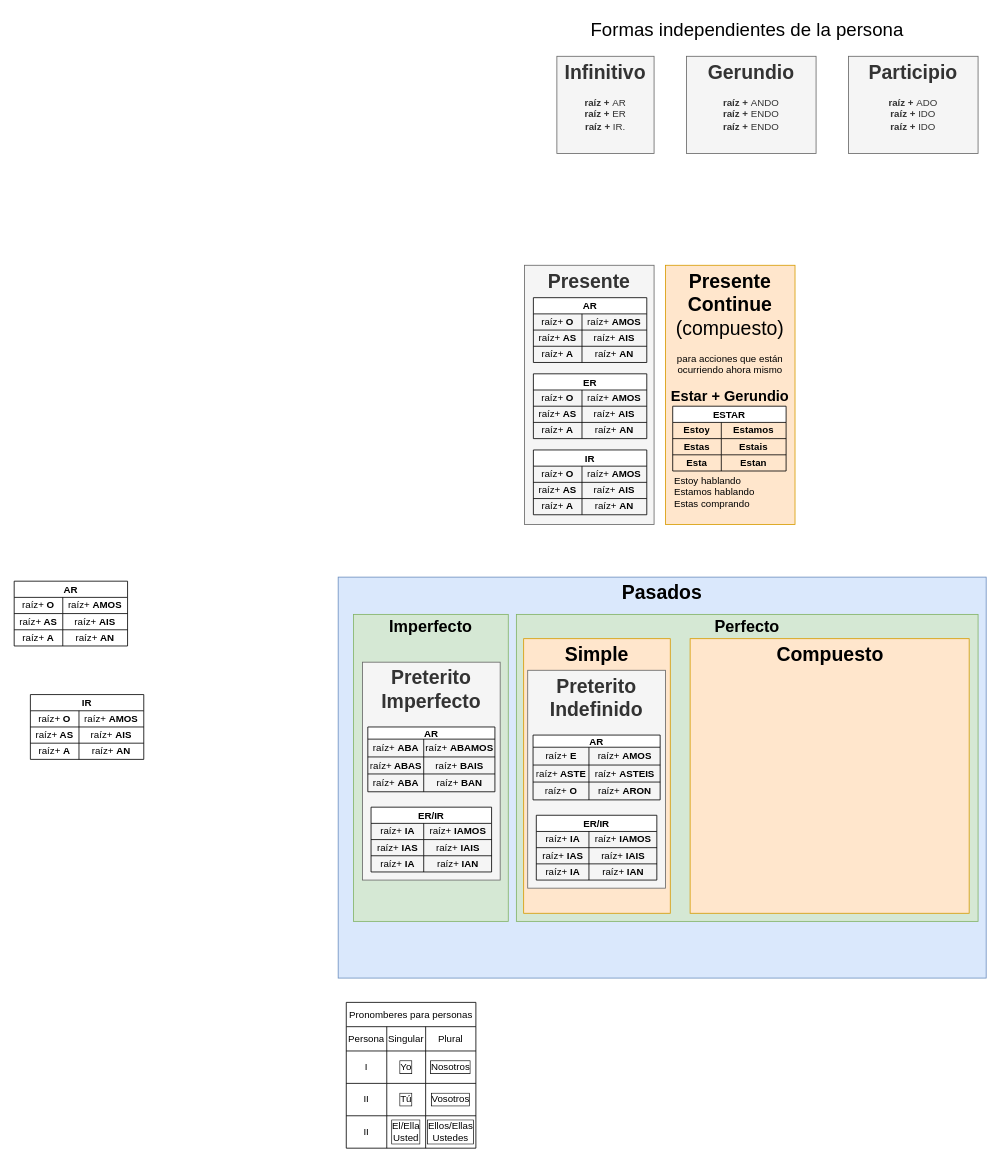
Earlier version of the draw.io diagram espverb.drawio (2zlodey/4drawio). Source tidied: cells renumbered, new cells numbered last; positions are measured from the earlier drawing's top-left corner, leaving out a move shared by most shapes. Both pictures are drawn from the tidied source at 81%, with x=0, y=0 at pixel (14, 14).
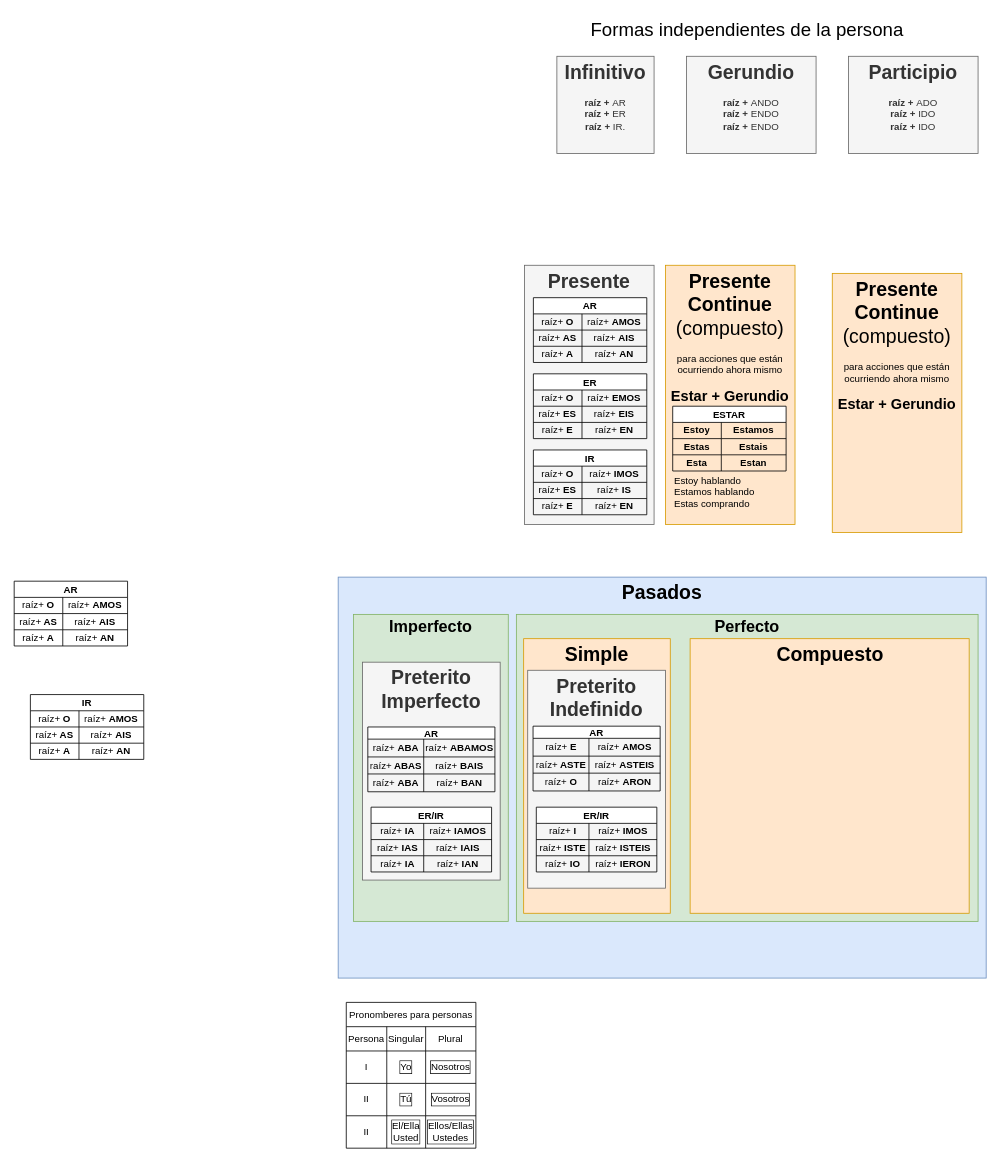
The same diagram, later.

Unchanged cells that the change refers to:
```xml
<mxCell id="36" style="shape=tableRow;horizontal=0;startSize=0;swimlaneHead=0;swimlaneBody=0;strokeColor=inherit;top=0;left=0;bottom=0;right=0;fillColor=none;" parent="35" vertex="1">
  <mxGeometry y="20" width="140" height="20" as="geometry" />
</mxCell>
<mxCell id="39" style="shape=tableRow;horizontal=0;startSize=0;swimlaneHead=0;swimlaneBody=0;strokeColor=inherit;top=0;left=0;bottom=0;right=0;fillColor=none;" parent="35" vertex="1">
  <mxGeometry y="40" width="140" height="20" as="geometry" />
</mxCell>
<mxCell id="42" style="shape=tableRow;horizontal=0;startSize=0;swimlaneHead=0;swimlaneBody=0;strokeColor=inherit;top=0;left=0;bottom=0;right=0;fillColor=none;" parent="35" vertex="1">
  <mxGeometry y="60" width="140" height="20" as="geometry" />
</mxCell>
<mxCell id="46" style="shape=tableRow;horizontal=0;startSize=0;swimlaneHead=0;swimlaneBody=0;strokeColor=inherit;top=0;left=0;bottom=0;right=0;fillColor=none;" parent="45" vertex="1">
  <mxGeometry y="20" width="140" height="20" as="geometry" />
</mxCell>
<mxCell id="49" style="shape=tableRow;horizontal=0;startSize=0;swimlaneHead=0;swimlaneBody=0;strokeColor=inherit;top=0;left=0;bottom=0;right=0;fillColor=none;" parent="45" vertex="1">
  <mxGeometry y="40" width="140" height="20" as="geometry" />
</mxCell>
<mxCell id="52" style="shape=tableRow;horizontal=0;startSize=0;swimlaneHead=0;swimlaneBody=0;strokeColor=inherit;top=0;left=0;bottom=0;right=0;fillColor=none;" parent="45" vertex="1">
  <mxGeometry y="60" width="140" height="20" as="geometry" />
</mxCell>
<mxCell id="114" style="group;" parent="1" vertex="1">
  <mxGeometry x="634" y="810" width="170" height="269" as="geometry" />
</mxCell>
<mxCell id="127" style="shape=tableRow;horizontal=0;startSize=0;swimlaneHead=0;swimlaneBody=0;strokeColor=inherit;top=0;left=0;bottom=0;right=0;fillColor=none;" parent="126" vertex="1">
  <mxGeometry y="20" width="148.8" height="20" as="geometry" />
</mxCell>
<mxCell id="130" style="shape=tableRow;horizontal=0;startSize=0;swimlaneHead=0;swimlaneBody=0;strokeColor=inherit;top=0;left=0;bottom=0;right=0;fillColor=none;" parent="126" vertex="1">
  <mxGeometry y="40" width="148.8" height="20" as="geometry" />
</mxCell>
<mxCell id="133" style="shape=tableRow;horizontal=0;startSize=0;swimlaneHead=0;swimlaneBody=0;strokeColor=inherit;top=0;left=0;bottom=0;right=0;fillColor=none;" parent="126" vertex="1">
  <mxGeometry y="60" width="148.8" height="20" as="geometry" />
</mxCell>
```

The edit, as a diff of the source:
```diff
@@
-    <mxCell id="38" value="raíz+ &lt;b&gt;AMOS&lt;/b&gt;" style="shape=partialRectangle;html=1;whiteSpace=wrap;strokeColor=inherit;overflow=hidden;fillColor=none;top=0;left=0;bottom=0;right=0;" parent="36" vertex="1">
+    <mxCell id="38" value="raíz+ &lt;b&gt;EMOS&lt;/b&gt;" style="shape=partialRectangle;html=1;whiteSpace=wrap;strokeColor=inherit;overflow=hidden;fillColor=none;top=0;left=0;bottom=0;right=0;" parent="36" vertex="1">
       <mxGeometry x="60" width="80" height="20" as="geometry" />
     </mxCell>
@@
-    <mxCell id="40" value="raíz+&lt;b&gt; AS&lt;/b&gt;" style="shape=partialRectangle;html=1;whiteSpace=wrap;strokeColor=inherit;overflow=hidden;fillColor=none;top=0;left=0;bottom=0;right=0;" parent="39" vertex="1">
+    <mxCell id="40" value="raíz+&lt;b&gt; ES&lt;/b&gt;" style="shape=partialRectangle;html=1;whiteSpace=wrap;strokeColor=inherit;overflow=hidden;fillColor=none;top=0;left=0;bottom=0;right=0;" parent="39" vertex="1">
       <mxGeometry width="60" height="20" as="geometry" />
     </mxCell>
-    <mxCell id="41" value="raíz+ &lt;b&gt;AIS&lt;/b&gt;" style="shape=partialRectangle;html=1;whiteSpace=wrap;strokeColor=inherit;overflow=hidden;fillColor=none;top=0;left=0;bottom=0;right=0;" parent="39" vertex="1">
+    <mxCell id="41" value="raíz+ &lt;b&gt;EIS&lt;/b&gt;" style="shape=partialRectangle;html=1;whiteSpace=wrap;strokeColor=inherit;overflow=hidden;fillColor=none;top=0;left=0;bottom=0;right=0;" parent="39" vertex="1">
       <mxGeometry x="60" width="80" height="20" as="geometry" />
     </mxCell>
@@
-    <mxCell id="43" value="raíz+ &lt;b&gt;A&lt;/b&gt;" style="shape=partialRectangle;html=1;whiteSpace=wrap;strokeColor=inherit;overflow=hidden;fillColor=none;top=0;left=0;bottom=0;right=0;" parent="42" vertex="1">
+    <mxCell id="43" value="raíz+ &lt;b&gt;E&lt;/b&gt;" style="shape=partialRectangle;html=1;whiteSpace=wrap;strokeColor=inherit;overflow=hidden;fillColor=none;top=0;left=0;bottom=0;right=0;" parent="42" vertex="1">
       <mxGeometry width="60" height="20" as="geometry" />
     </mxCell>
-    <mxCell id="44" value="raíz+ &lt;b&gt;AN&lt;/b&gt;" style="shape=partialRectangle;html=1;whiteSpace=wrap;strokeColor=inherit;overflow=hidden;fillColor=none;top=0;left=0;bottom=0;right=0;" parent="42" vertex="1">
+    <mxCell id="44" value="raíz+ &lt;b&gt;EN&lt;/b&gt;" style="shape=partialRectangle;html=1;whiteSpace=wrap;strokeColor=inherit;overflow=hidden;fillColor=none;top=0;left=0;bottom=0;right=0;" parent="42" vertex="1">
       <mxGeometry x="60" width="80" height="20" as="geometry" />
     </mxCell>
@@
-    <mxCell id="48" value="raíz+ &lt;b&gt;AMOS&lt;/b&gt;" style="shape=partialRectangle;html=1;whiteSpace=wrap;strokeColor=inherit;overflow=hidden;fillColor=none;top=0;left=0;bottom=0;right=0;" parent="46" vertex="1">
+    <mxCell id="48" value="raíz+ &lt;b&gt;IMOS&lt;/b&gt;" style="shape=partialRectangle;html=1;whiteSpace=wrap;strokeColor=inherit;overflow=hidden;fillColor=none;top=0;left=0;bottom=0;right=0;" parent="46" vertex="1">
       <mxGeometry x="60" width="80" height="20" as="geometry" />
     </mxCell>
@@
-    <mxCell id="50" value="raíz+&lt;b&gt; AS&lt;/b&gt;" style="shape=partialRectangle;html=1;whiteSpace=wrap;strokeColor=inherit;overflow=hidden;fillColor=none;top=0;left=0;bottom=0;right=0;" parent="49" vertex="1">
+    <mxCell id="50" value="raíz+&lt;b&gt; ES&lt;/b&gt;" style="shape=partialRectangle;html=1;whiteSpace=wrap;strokeColor=inherit;overflow=hidden;fillColor=none;top=0;left=0;bottom=0;right=0;" parent="49" vertex="1">
       <mxGeometry width="60" height="20" as="geometry" />
     </mxCell>
-    <mxCell id="51" value="raíz+ &lt;b&gt;AIS&lt;/b&gt;" style="shape=partialRectangle;html=1;whiteSpace=wrap;strokeColor=inherit;overflow=hidden;fillColor=none;top=0;left=0;bottom=0;right=0;" parent="49" vertex="1">
+    <mxCell id="51" value="raíz+ &lt;b&gt;IS&lt;/b&gt;" style="shape=partialRectangle;html=1;whiteSpace=wrap;strokeColor=inherit;overflow=hidden;fillColor=none;top=0;left=0;bottom=0;right=0;" parent="49" vertex="1">
       <mxGeometry x="60" width="80" height="20" as="geometry" />
     </mxCell>
@@
-    <mxCell id="53" value="raíz+ &lt;b&gt;A&lt;/b&gt;" style="shape=partialRectangle;html=1;whiteSpace=wrap;strokeColor=inherit;overflow=hidden;fillColor=none;top=0;left=0;bottom=0;right=0;" parent="52" vertex="1">
+    <mxCell id="53" value="raíz+ &lt;b&gt;E&lt;/b&gt;" style="shape=partialRectangle;html=1;whiteSpace=wrap;strokeColor=inherit;overflow=hidden;fillColor=none;top=0;left=0;bottom=0;right=0;" parent="52" vertex="1">
       <mxGeometry width="60" height="20" as="geometry" />
     </mxCell>
-    <mxCell id="54" value="raíz+ &lt;b&gt;AN&lt;/b&gt;" style="shape=partialRectangle;html=1;whiteSpace=wrap;strokeColor=inherit;overflow=hidden;fillColor=none;top=0;left=0;bottom=0;right=0;" parent="52" vertex="1">
+    <mxCell id="54" value="raíz+ &lt;b&gt;EN&lt;/b&gt;" style="shape=partialRectangle;html=1;whiteSpace=wrap;strokeColor=inherit;overflow=hidden;fillColor=none;top=0;left=0;bottom=0;right=0;" parent="52" vertex="1">
       <mxGeometry x="60" width="80" height="20" as="geometry" />
     </mxCell>
@@
     <mxCell id="116" value="AR" style="shape=table;startSize=15;childLayout=tableLayout;fontStyle=1;" parent="114" vertex="1">
-      <mxGeometry x="6.6" y="80" width="156.9" height="80" as="geometry" />
+      <mxGeometry x="6.6" y="69" width="156.9" height="80" as="geometry" />
     </mxCell>
@@
     <mxCell id="126" value="ER/IR" style="shape=table;startSize=20;childLayout=tableLayout;fontStyle=1;" parent="114" vertex="1">
-      <mxGeometry x="10.6" y="179" width="148.8" height="80" as="geometry" />
+      <mxGeometry x="10.6" y="169" width="148.8" height="80" as="geometry" />
     </mxCell>
@@
-    <mxCell id="128" value="raíz+ &lt;b&gt;IA&lt;/b&gt;" style="shape=partialRectangle;html=1;whiteSpace=wrap;strokeColor=inherit;overflow=hidden;fillColor=none;top=0;left=0;bottom=0;right=0;" parent="127" vertex="1">
+    <mxCell id="128" value="raíz+ &lt;b&gt;I&lt;/b&gt;" style="shape=partialRectangle;html=1;whiteSpace=wrap;strokeColor=inherit;overflow=hidden;fillColor=none;top=0;left=0;bottom=0;right=0;" parent="127" vertex="1">
       <mxGeometry width="65" height="20" as="geometry" />
     </mxCell>
-    <mxCell id="129" value="raíz+ &lt;b&gt;IAMOS&lt;/b&gt;" style="shape=partialRectangle;html=1;whiteSpace=wrap;strokeColor=inherit;overflow=hidden;fillColor=none;top=0;left=0;bottom=0;right=0;" parent="127" vertex="1">
+    <mxCell id="129" value="raíz+ &lt;b&gt;IMOS&lt;/b&gt;" style="shape=partialRectangle;html=1;whiteSpace=wrap;strokeColor=inherit;overflow=hidden;fillColor=none;top=0;left=0;bottom=0;right=0;" parent="127" vertex="1">
       <mxGeometry x="65" width="84" height="20" as="geometry" />
     </mxCell>
@@
-    <mxCell id="131" value="raíz+&lt;b&gt; IAS&lt;/b&gt;" style="shape=partialRectangle;html=1;whiteSpace=wrap;strokeColor=inherit;overflow=hidden;fillColor=none;top=0;left=0;bottom=0;right=0;" parent="130" vertex="1">
+    <mxCell id="131" value="raíz+&lt;b&gt; ISTE&lt;/b&gt;" style="shape=partialRectangle;html=1;whiteSpace=wrap;strokeColor=inherit;overflow=hidden;fillColor=none;top=0;left=0;bottom=0;right=0;" parent="130" vertex="1">
       <mxGeometry width="65" height="20" as="geometry" />
     </mxCell>
-    <mxCell id="132" value="raíz+ &lt;b&gt;IAIS&lt;/b&gt;" style="shape=partialRectangle;html=1;whiteSpace=wrap;strokeColor=inherit;overflow=hidden;fillColor=none;top=0;left=0;bottom=0;right=0;" parent="130" vertex="1">
+    <mxCell id="132" value="raíz+ &lt;b&gt;ISTEIS&lt;/b&gt;" style="shape=partialRectangle;html=1;whiteSpace=wrap;strokeColor=inherit;overflow=hidden;fillColor=none;top=0;left=0;bottom=0;right=0;" parent="130" vertex="1">
       <mxGeometry x="65" width="84" height="20" as="geometry" />
     </mxCell>
@@
-    <mxCell id="134" value="raíz+ &lt;b&gt;IA&lt;/b&gt;" style="shape=partialRectangle;html=1;whiteSpace=wrap;strokeColor=inherit;overflow=hidden;fillColor=none;top=0;left=0;bottom=0;right=0;" parent="133" vertex="1">
+    <mxCell id="134" value="raíz+ &lt;b&gt;IO&lt;/b&gt;" style="shape=partialRectangle;html=1;whiteSpace=wrap;strokeColor=inherit;overflow=hidden;fillColor=none;top=0;left=0;bottom=0;right=0;" parent="133" vertex="1">
       <mxGeometry width="65" height="20" as="geometry" />
     </mxCell>
-    <mxCell id="135" value="raíz+ &lt;b&gt;IAN&lt;/b&gt;" style="shape=partialRectangle;html=1;whiteSpace=wrap;strokeColor=inherit;overflow=hidden;fillColor=none;top=0;left=0;bottom=0;right=0;" parent="133" vertex="1">
+    <mxCell id="135" value="raíz+ &lt;b&gt;IERON&lt;/b&gt;" style="shape=partialRectangle;html=1;whiteSpace=wrap;strokeColor=inherit;overflow=hidden;fillColor=none;top=0;left=0;bottom=0;right=0;" parent="133" vertex="1">
       <mxGeometry x="65" width="84" height="20" as="geometry" />
     </mxCell>
+    <mxCell id="136" value="&lt;h1&gt;Presente Continue&lt;br&gt;&lt;span style=&quot;font-weight: normal;&quot;&gt;(compuesto)&lt;br&gt;&lt;/span&gt;&lt;/h1&gt;&lt;div&gt;para acciones que están ocurriendo ahora mismo&lt;br&gt;&lt;br&gt;&lt;b&gt;&lt;font style=&quot;font-size: 18px;&quot;&gt;Estar + Gerundio&lt;/font&gt;&lt;/b&gt;&lt;/div&gt;" style="text;html=1;strokeColor=#d79b00;fillColor=#ffe6cc;spacing=5;spacingTop=-20;whiteSpace=wrap;overflow=hidden;rounded=0;align=center;" parent="1" vertex="1">
+      <mxGeometry x="1010" y="320" width="160" height="320" as="geometry" />
+    </mxCell>
```
